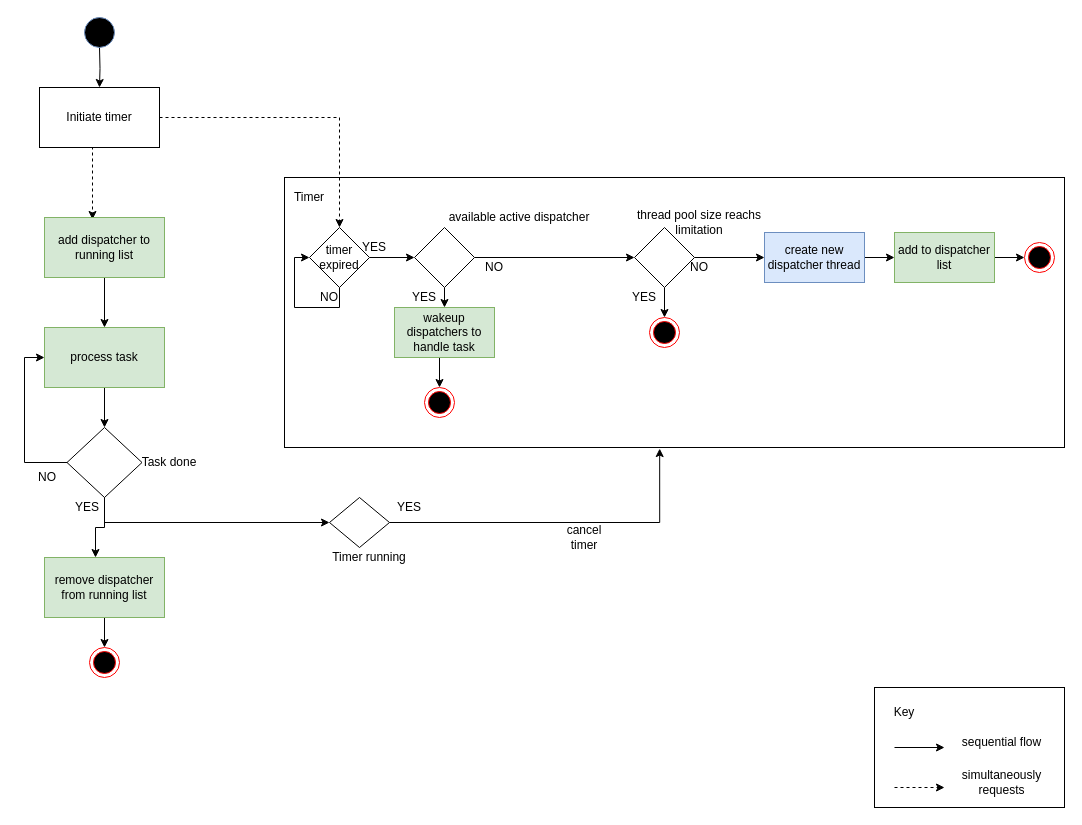
Earlier version of the draw.io diagram page "dl_handletask" (11 of 14) of doc/SA cert/Design/performance.drawio (taikt/codefun). Source tidied: cells renumbered, new cells numbered last; positions are measured from the earlier drawing's top-left corner, leaving out a move shared by most shapes. Both pictures are drawn from the tidied source at 100%, with x=0, y=0 at pixel (26, 17).
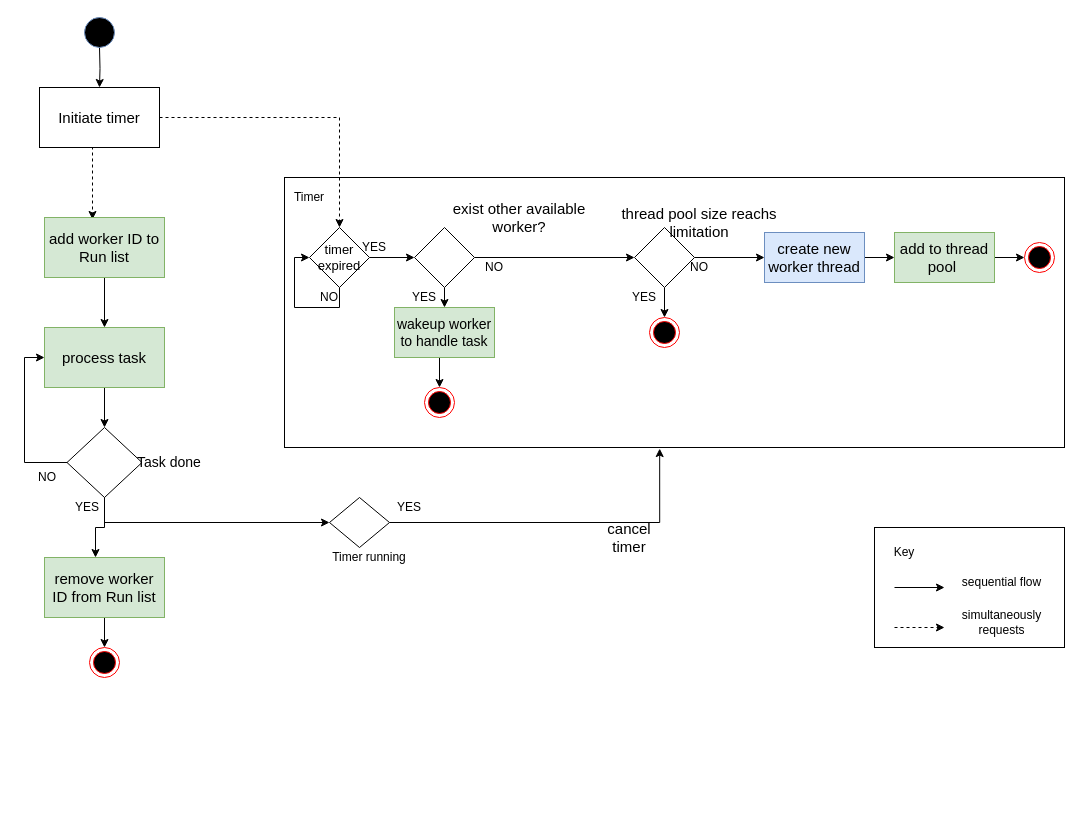
After the change.

The edit, as a diff of the source:
```diff
@@
-    <mxCell id="5" value="Initiate timer" style="rounded=0;whiteSpace=wrap;html=1;" parent="1" vertex="1">
+    <mxCell id="5" value="&lt;font style=&quot;font-size: 15px;&quot;&gt;Initiate timer&lt;/font&gt;" style="rounded=0;whiteSpace=wrap;html=1;" parent="1" vertex="1">
       <mxGeometry x="13" y="70" width="120" height="60" as="geometry" />
     </mxCell>
@@
-    <mxCell id="7" value="add dispatcher to running list" style="rounded=0;whiteSpace=wrap;html=1;fillColor=#d5e8d4;strokeColor=#82b366;" parent="1" vertex="1">
+    <mxCell id="7" value="&lt;font style=&quot;font-size: 15px;&quot;&gt;add worker ID to Run list&lt;/font&gt;" style="rounded=0;whiteSpace=wrap;html=1;fillColor=#d5e8d4;strokeColor=#82b366;" parent="1" vertex="1">
       <mxGeometry x="18" y="200" width="120" height="60" as="geometry" />
     </mxCell>
@@
-    <mxCell id="9" value="process task" style="rounded=0;whiteSpace=wrap;html=1;fillColor=#d5e8d4;strokeColor=#82b366;" parent="1" vertex="1">
+    <mxCell id="9" value="&lt;font style=&quot;font-size: 15px;&quot;&gt;process task&lt;/font&gt;" style="rounded=0;whiteSpace=wrap;html=1;fillColor=#d5e8d4;strokeColor=#82b366;" parent="1" vertex="1">
       <mxGeometry x="18" y="310" width="120" height="60" as="geometry" />
     </mxCell>
@@
-    <mxCell id="13" value="timer expired" style="rhombus;whiteSpace=wrap;html=1;" parent="1" vertex="1">
+    <mxCell id="13" value="&lt;font style=&quot;font-size: 13px;&quot;&gt;timer expired&lt;/font&gt;" style="rhombus;whiteSpace=wrap;html=1;" parent="1" vertex="1">
       <mxGeometry x="283" y="210" width="60" height="60" as="geometry" />
     </mxCell>
@@
-    <mxCell id="18" value="Task done" style="text;html=1;strokeColor=none;fillColor=none;align=center;verticalAlign=middle;whiteSpace=wrap;rounded=0;" parent="1" vertex="1">
+    <mxCell id="18" value="&lt;font style=&quot;font-size: 14px;&quot;&gt;Task done&lt;/font&gt;" style="text;html=1;strokeColor=none;fillColor=none;align=center;verticalAlign=middle;whiteSpace=wrap;rounded=0;" parent="1" vertex="1">
       <mxGeometry x="58" y="435" width="170" height="20" as="geometry" />
     </mxCell>
-    <mxCell id="19" value="cancel timer" style="text;html=1;strokeColor=none;fillColor=none;align=center;verticalAlign=middle;whiteSpace=wrap;rounded=0;" parent="1" vertex="1">
-      <mxGeometry x="538" y="510" width="40" height="20" as="geometry" />
+    <mxCell id="19" value="&lt;font style=&quot;font-size: 15px;&quot;&gt;cancel timer&lt;/font&gt;" style="text;html=1;strokeColor=none;fillColor=none;align=center;verticalAlign=middle;whiteSpace=wrap;rounded=0;" parent="1" vertex="1">
+      <mxGeometry x="583" y="510" width="40" height="20" as="geometry" />
     </mxCell>
@@
-    <mxCell id="23" value="remove dispatcher from running list" style="rounded=0;whiteSpace=wrap;html=1;fillColor=#d5e8d4;strokeColor=#82b366;" parent="1" vertex="1">
+    <mxCell id="23" value="&lt;font style=&quot;font-size: 15px;&quot;&gt;remove worker ID from Run list&lt;/font&gt;" style="rounded=0;whiteSpace=wrap;html=1;fillColor=#d5e8d4;strokeColor=#82b366;" parent="1" vertex="1">
       <mxGeometry x="18" y="540" width="120" height="60" as="geometry" />
     </mxCell>
@@
-    <mxCell id="29" value="available active dispatcher" style="text;html=1;strokeColor=none;fillColor=none;align=center;verticalAlign=middle;whiteSpace=wrap;rounded=0;" parent="1" vertex="1">
+    <mxCell id="29" value="&lt;font style=&quot;font-size: 15px;&quot;&gt;exist other available worker?&lt;/font&gt;" style="text;html=1;strokeColor=none;fillColor=none;align=center;verticalAlign=middle;whiteSpace=wrap;rounded=0;" parent="1" vertex="1">
       <mxGeometry x="408" y="190" width="170" height="20" as="geometry" />
     </mxCell>
@@
-    <mxCell id="31" value="wakeup dispatchers to handle task" style="rounded=0;whiteSpace=wrap;html=1;fillColor=#d5e8d4;strokeColor=#82b366;" parent="1" vertex="1">
+    <mxCell id="31" value="&lt;font style=&quot;font-size: 14px;&quot;&gt;wakeup worker to handle task&lt;/font&gt;" style="rounded=0;whiteSpace=wrap;html=1;fillColor=#d5e8d4;strokeColor=#82b366;" parent="1" vertex="1">
       <mxGeometry x="368" y="290" width="100" height="50" as="geometry" />
     </mxCell>
@@
-    <mxCell id="37" value="thread pool size reachs limitation" style="text;html=1;strokeColor=none;fillColor=none;align=center;verticalAlign=middle;whiteSpace=wrap;rounded=0;" parent="1" vertex="1">
+    <mxCell id="37" value="&lt;font style=&quot;font-size: 15px;&quot;&gt;thread pool size reachs limitation&lt;/font&gt;" style="text;html=1;strokeColor=none;fillColor=none;align=center;verticalAlign=middle;whiteSpace=wrap;rounded=0;" parent="1" vertex="1">
       <mxGeometry x="588" y="195" width="170" height="20" as="geometry" />
     </mxCell>
@@
-    <mxCell id="39" value="create new dispatcher thread" style="rounded=0;whiteSpace=wrap;html=1;fillColor=#dae8fc;strokeColor=#6c8ebf;" parent="1" vertex="1">
+    <mxCell id="39" value="&lt;font style=&quot;font-size: 15px;&quot;&gt;create new worker thread&lt;/font&gt;" style="rounded=0;whiteSpace=wrap;html=1;fillColor=#dae8fc;strokeColor=#6c8ebf;" parent="1" vertex="1">
       <mxGeometry x="738" y="215" width="100" height="50" as="geometry" />
     </mxCell>
@@
-    <mxCell id="41" value="add to dispatcher list" style="rounded=0;whiteSpace=wrap;html=1;fillColor=#d5e8d4;strokeColor=#82b366;" parent="1" vertex="1">
+    <mxCell id="41" value="&lt;font style=&quot;font-size: 15px;&quot;&gt;add to thread pool&amp;nbsp;&lt;/font&gt;" style="rounded=0;whiteSpace=wrap;html=1;fillColor=#d5e8d4;strokeColor=#82b366;" parent="1" vertex="1">
       <mxGeometry x="868" y="215" width="100" height="50" as="geometry" />
     </mxCell>
@@
     <mxCell id="54" style="rounded=0;whiteSpace=wrap;html=1;" parent="1" vertex="1">
-      <mxGeometry x="848" y="670" width="190" height="120" as="geometry" />
+      <mxGeometry x="848" y="510" width="190" height="120" as="geometry" />
     </mxCell>
     <mxCell id="55" value="Key" style="text;html=1;strokeColor=none;fillColor=none;align=center;verticalAlign=middle;whiteSpace=wrap;rounded=0;" parent="1" vertex="1">
-      <mxGeometry x="848" y="680" width="60" height="30" as="geometry" />
+      <mxGeometry x="848" y="520" width="60" height="30" as="geometry" />
     </mxCell>
     <mxCell id="56" style="endArrow=classic;html=1;rounded=0;entryX=1;entryY=1;entryDx=0;entryDy=0;dashed=1;" parent="1" edge="1">
       <mxGeometry relative="1" as="geometry">
-        <mxPoint x="868" y="770" as="sourcePoint" />
-        <mxPoint x="918" y="770" as="targetPoint" />
+        <mxPoint x="868" y="610" as="sourcePoint" />
+        <mxPoint x="918" y="610" as="targetPoint" />
       </mxGeometry>
     </mxCell>
     <mxCell id="57" style="endArrow=classic;html=1;rounded=0;entryX=1;entryY=1;entryDx=0;entryDy=0;" parent="1" edge="1">
       <mxGeometry relative="1" as="geometry">
-        <mxPoint x="868" y="730" as="sourcePoint" />
-        <mxPoint x="918" y="730" as="targetPoint" />
+        <mxPoint x="868" y="570" as="sourcePoint" />
+        <mxPoint x="918" y="570" as="targetPoint" />
       </mxGeometry>
     </mxCell>
     <mxCell id="58" value="sequential flow" style="text;html=1;strokeColor=none;fillColor=none;align=center;verticalAlign=middle;whiteSpace=wrap;rounded=0;" parent="1" vertex="1">
-      <mxGeometry x="928" y="710" width="95" height="30" as="geometry" />
+      <mxGeometry x="928" y="550" width="95" height="30" as="geometry" />
     </mxCell>
     <mxCell id="59" value="simultaneously requests" style="text;html=1;strokeColor=none;fillColor=none;align=center;verticalAlign=middle;whiteSpace=wrap;rounded=0;" parent="1" vertex="1">
-      <mxGeometry x="928" y="750" width="95" height="30" as="geometry" />
+      <mxGeometry x="928" y="590" width="95" height="30" as="geometry" />
     </mxCell>
```
